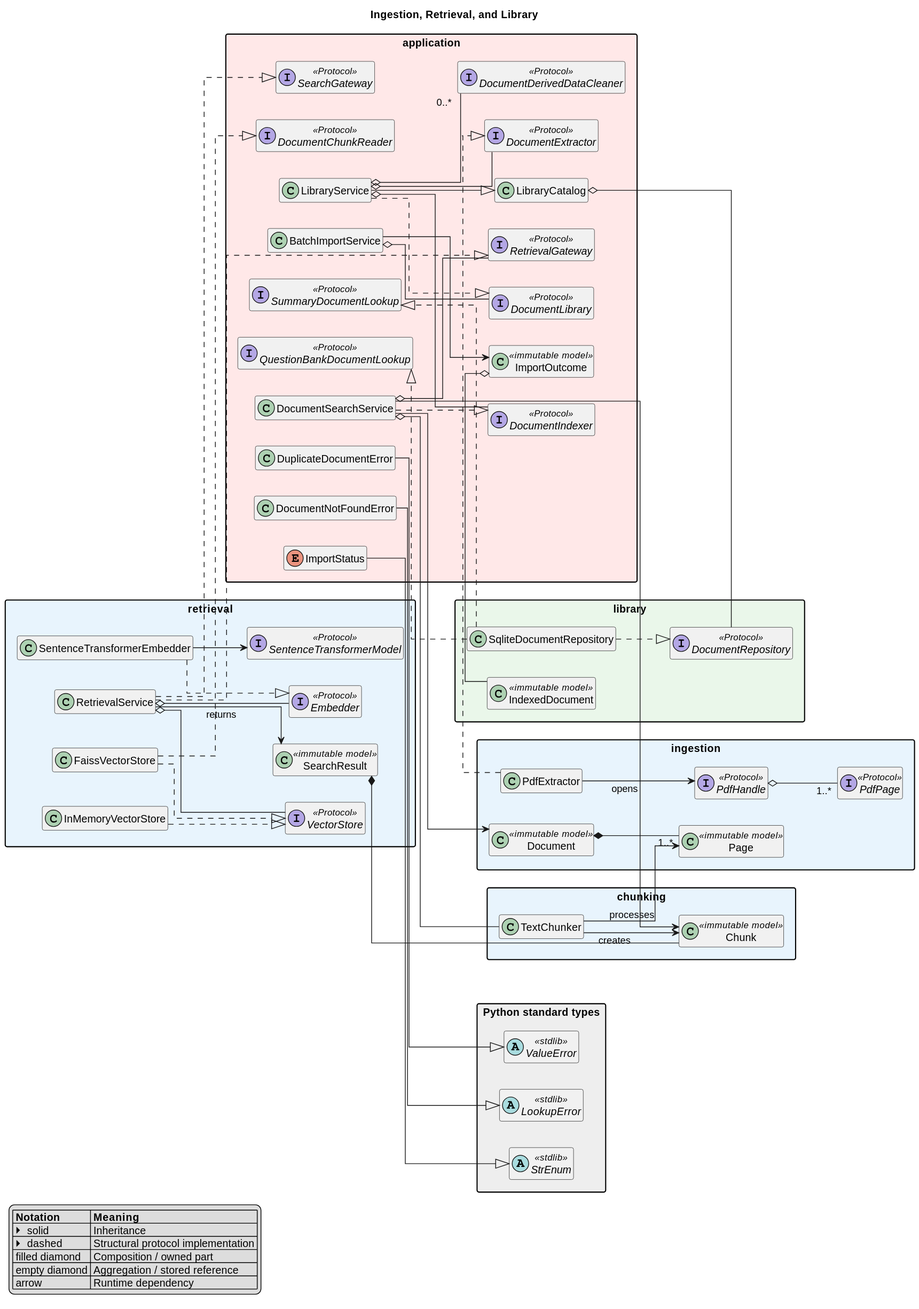
ebe542/rag-learning-assistant keeps this PlantUML diagram as docs/diagrams/ingestion-retrieval-library.svg. Above is the earlier version. The source it was exported from:
```plantuml
@startuml
title Ingestion, Retrieval, and Library
!include _theme.puml
left to right direction

package "Python standard types" #EEEEEE {
  abstract class ValueError <<stdlib>>
  abstract class LookupError <<stdlib>>
  abstract class StrEnum <<stdlib>>
}

package "ingestion" #E8F4FD {
  class Page <<immutable model>>
  class Document <<immutable model>>
  interface PdfPage <<Protocol>>
  interface PdfHandle <<Protocol>>
  class PdfExtractor
}
package "chunking" #E8F4FD {
  class Chunk <<immutable model>>
  class TextChunker
}
package "retrieval" #E8F4FD {
  class SearchResult <<immutable model>>
  interface Embedder <<Protocol>>
  interface VectorStore <<Protocol>>
  interface SentenceTransformerModel <<Protocol>>
  class SentenceTransformerEmbedder
  class InMemoryVectorStore
  class FaissVectorStore
  class RetrievalService
}
package "library" #EAF7EA {
  class IndexedDocument <<immutable model>>
  interface DocumentRepository <<Protocol>>
  class SqliteDocumentRepository
}
package "application" #FFE8E8 {
  interface DocumentExtractor <<Protocol>>
  interface DocumentIndexer <<Protocol>>
  interface DocumentDerivedDataCleaner <<Protocol>>
  interface DocumentLibrary <<Protocol>>
  interface RetrievalGateway <<Protocol>>
  interface SearchGateway <<Protocol>>
  interface DocumentChunkReader <<Protocol>>
  interface SummaryDocumentLookup <<Protocol>>
  interface QuestionBankDocumentLookup <<Protocol>>
  class LibraryCatalog
  class LibraryService
  class BatchImportService
  class DocumentSearchService
  enum ImportStatus
  class ImportOutcome <<immutable model>>
  class DuplicateDocumentError
  class DocumentNotFoundError
}

Document *-- "1..*" Page
PdfHandle o-- "1..*" PdfPage
PdfExtractor --> PdfHandle : opens
PdfExtractor ..|> DocumentExtractor
TextChunker --> Page : processes
TextChunker --> Chunk : creates
SentenceTransformerEmbedder ..|> Embedder
SentenceTransformerEmbedder --> SentenceTransformerModel
InMemoryVectorStore ..|> VectorStore
FaissVectorStore ..|> VectorStore
FaissVectorStore ..|> DocumentChunkReader
RetrievalService o-- Embedder
RetrievalService o-- VectorStore
RetrievalService --> SearchResult : returns
RetrievalService ..|> RetrievalGateway
RetrievalService ..|> SearchGateway
SearchResult *-- Chunk
DocumentSearchService ..|> DocumentIndexer
DocumentSearchService o-- TextChunker
DocumentSearchService o-- RetrievalGateway
DocumentSearchService --> Document
DocumentSearchService --> Chunk
SqliteDocumentRepository ..|> DocumentRepository
SqliteDocumentRepository ..|> SummaryDocumentLookup
SqliteDocumentRepository ..|> QuestionBankDocumentLookup
LibraryCatalog o-- DocumentRepository
LibraryService --|> LibraryCatalog
LibraryService o-- DocumentExtractor
LibraryService o-- DocumentIndexer
LibraryService o-- "0..*" DocumentDerivedDataCleaner
LibraryService ..|> DocumentLibrary
BatchImportService o-- DocumentLibrary
BatchImportService --> ImportOutcome
ImportOutcome o-- IndexedDocument
DuplicateDocumentError --|> ValueError
DocumentNotFoundError --|> LookupError
ImportStatus --|> StrEnum
@enduml
```
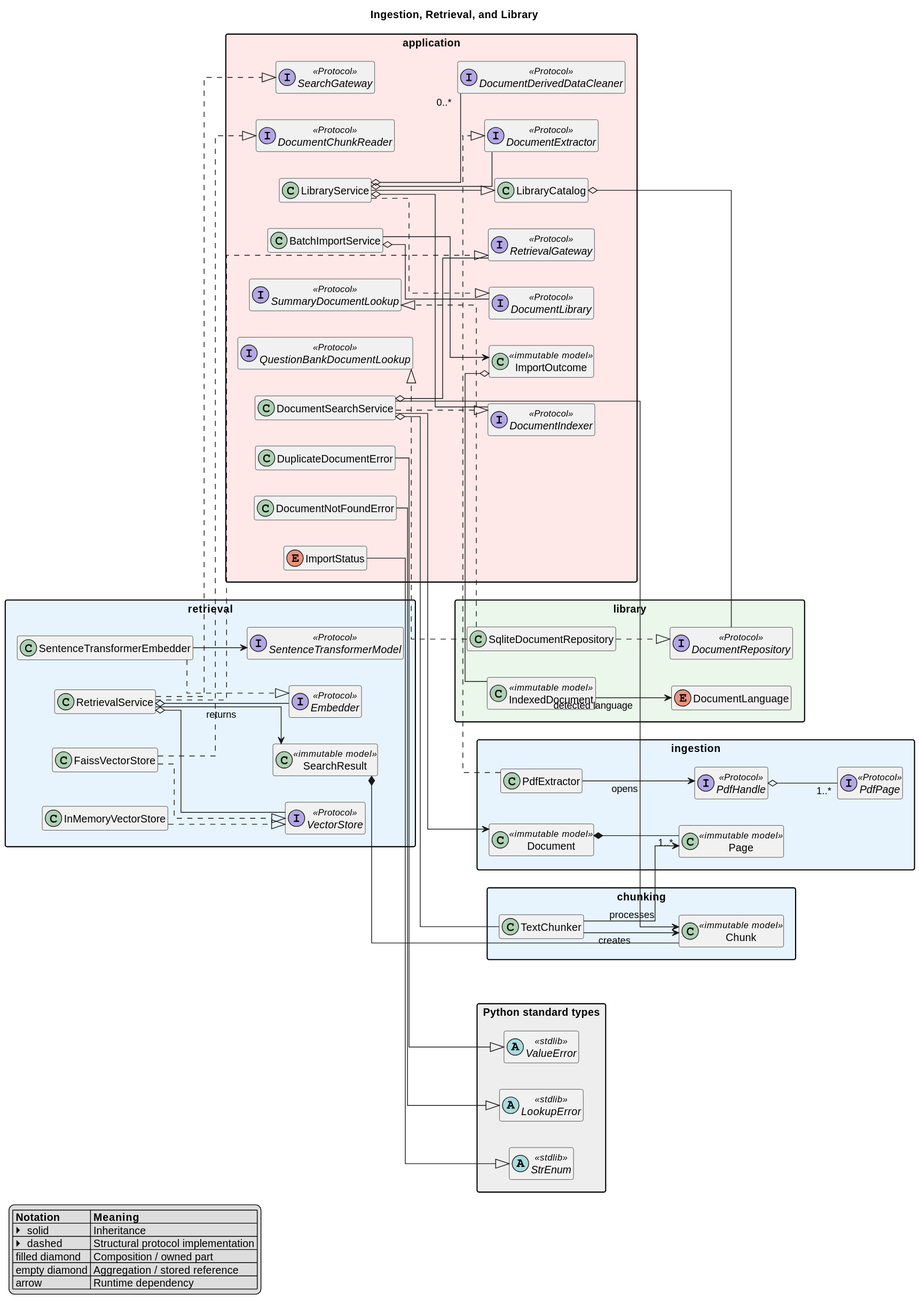
After the change.

Commit message:
feat(language): detect and persist document language

Change to the diagram source:
```diff
@@ -31,10 +31,13 @@
   class RetrievalService
 }
 package "library" #EAF7EA {
+  enum DocumentLanguage
   class IndexedDocument <<immutable model>>
   interface DocumentRepository <<Protocol>>
   class SqliteDocumentRepository
 }
+
+IndexedDocument --> DocumentLanguage : detected language
 package "application" #FFE8E8 {
   interface DocumentExtractor <<Protocol>>
   interface DocumentIndexer <<Protocol>>
```
